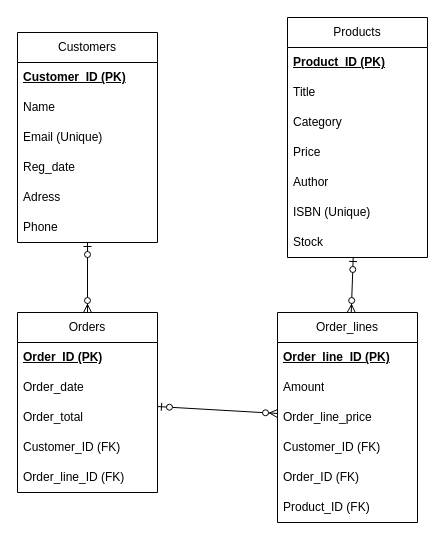
Before: ER_crow.drawio in MagRos715/inlamnning_1, a draw.io diagram. Source tidied: cells renumbered, new cells numbered last; positions are measured from the earlier drawing's top-left corner, leaving out a move shared by most shapes. Both pictures are drawn from the tidied source at 100%, with x=0, y=0 at pixel (17, 17).
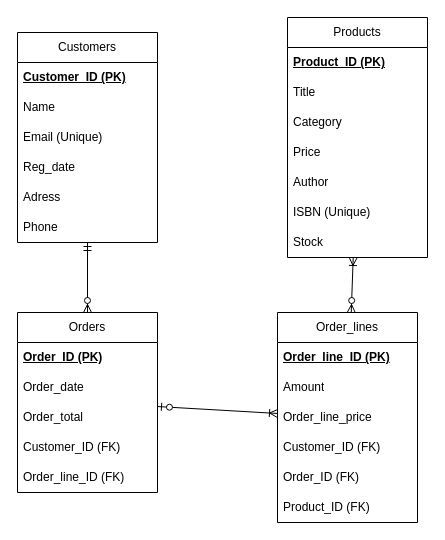
The same page after the edit.

The change refers to these unchanged cells:
```xml
<mxCell id="2" value="Customers" style="swimlane;fontStyle=0;horizontal=1;startSize=30;whiteSpace=wrap;html=1;" parent="1" vertex="1">
  <mxGeometry y="15" width="140" height="210" as="geometry" />
</mxCell>
<mxCell id="9" value="Orders" style="swimlane;fontStyle=0;horizontal=1;startSize=30;whiteSpace=wrap;html=1;" parent="1" vertex="1">
  <mxGeometry y="295" width="140" height="180" as="geometry" />
</mxCell>
<mxCell id="15" value="Products" style="swimlane;fontStyle=0;horizontal=1;startSize=30;whiteSpace=wrap;html=1;" parent="1" vertex="1">
  <mxGeometry x="270" width="140" height="240" as="geometry" />
</mxCell>
<mxCell id="23" value="Order_lines" style="swimlane;fontStyle=0;horizontal=1;startSize=30;whiteSpace=wrap;html=1;" parent="1" vertex="1">
  <mxGeometry x="260" y="295" width="140" height="210" as="geometry" />
</mxCell>
```

Change to the diagram source:
```diff
@@
-    <mxCell id="30" style="fontSize=12;html=1;endArrow=ERzeroToMany;startArrow=ERzeroToOne;rounded=0;" parent="1" edge="1" source="2" target="9">
+    <mxCell id="30" style="fontSize=12;html=1;endArrow=ERzeroToMany;startArrow=ERmandOne;rounded=0;startFill=0;" parent="1" edge="1" source="2" target="9">
       <mxGeometry relative="1" as="geometry" />
     </mxCell>
-    <mxCell id="31" style="fontSize=12;html=1;endArrow=ERzeroToMany;startArrow=ERzeroToOne;rounded=0;" parent="1" edge="1" source="9" target="23">
+    <mxCell id="31" style="fontSize=12;html=1;endArrow=ERoneToMany;startArrow=ERzeroToOne;rounded=0;endFill=0;" parent="1" edge="1" source="9" target="23">
       <mxGeometry relative="1" as="geometry" />
     </mxCell>
-    <mxCell id="32" style="fontSize=12;html=1;endArrow=ERzeroToMany;startArrow=ERzeroToOne;rounded=0;" parent="1" edge="1" source="15" target="23">
+    <mxCell id="32" style="fontSize=12;html=1;endArrow=ERzeroToMany;startArrow=ERoneToMany;rounded=0;startFill=0;" parent="1" edge="1" source="15" target="23">
       <mxGeometry relative="1" as="geometry" />
     </mxCell>
```
